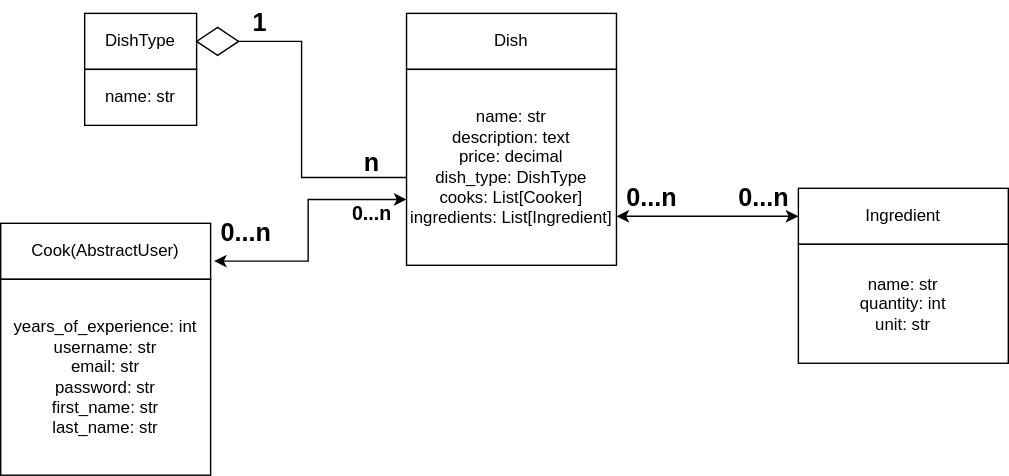
The draw.io diagram DB_Structure.svg in dryzhenko/restaurant_kitchen_service, before a commit. Source tidied: cells renumbered, new cells last; positions are measured from the earlier drawing's top-left corner, leaving out a move shared by most shapes. Its diagram source:
```xml
<mxGraphModel>
  <root>
    <mxCell id="0" />
    <mxCell id="1" parent="0" />
    <mxCell id="2" value="DishType" style="rounded=0;whiteSpace=wrap;html=1;" parent="1" vertex="1">
      <mxGeometry x="60" width="80" height="40" as="geometry" />
    </mxCell>
    <mxCell id="3" value="name: str" style="rounded=0;whiteSpace=wrap;html=1;" parent="1" vertex="1">
      <mxGeometry x="60" y="40" width="80" height="40" as="geometry" />
    </mxCell>
    <mxCell id="4" value="Dish" style="rounded=0;whiteSpace=wrap;html=1;" parent="1" vertex="1">
      <mxGeometry x="290" width="150" height="40" as="geometry" />
    </mxCell>
    <mxCell id="5" value="name: str&lt;br&gt;description: text&lt;br&gt;price: decimal&lt;br&gt;dish_type: DishType&lt;br&gt;cooks: List[Cooker]&lt;br&gt;ingredients: List[Ingredient]" style="rounded=0;whiteSpace=wrap;html=1;" parent="1" vertex="1">
      <mxGeometry x="290" y="40" width="150" height="140" as="geometry" />
    </mxCell>
    <mxCell id="6" value="Cook(AbstractUser)" style="rounded=0;whiteSpace=wrap;html=1;" parent="1" vertex="1">
      <mxGeometry y="150" width="150" height="40" as="geometry" />
    </mxCell>
    <mxCell id="7" value="years_of_experience: int&lt;br&gt;username: str&lt;br&gt;email: str&lt;br&gt;password: str&lt;br&gt;first_name: str&lt;br&gt;last_name: str" style="rounded=0;whiteSpace=wrap;html=1;" parent="1" vertex="1">
      <mxGeometry y="190" width="150" height="140" as="geometry" />
    </mxCell>
    <mxCell id="8" value="Ingredient" style="rounded=0;whiteSpace=wrap;html=1;" parent="1" vertex="1">
      <mxGeometry x="570" y="125" width="150" height="40" as="geometry" />
    </mxCell>
    <mxCell id="9" value="name: str&lt;br&gt;quantity: int&lt;br&gt;unit: str" style="rounded=0;whiteSpace=wrap;html=1;" parent="1" vertex="1">
      <mxGeometry x="570" y="165" width="150" height="85" as="geometry" />
    </mxCell>
    <mxCell id="10" value="&lt;font style=&quot;font-size: 18px;&quot;&gt;n&lt;/font&gt;" style="text;strokeColor=none;fillColor=none;html=1;fontSize=24;fontStyle=1;verticalAlign=middle;align=center;" parent="1" vertex="1">
      <mxGeometry x="240" y="100" width="50" height="10" as="geometry" />
    </mxCell>
    <mxCell id="11" value="&lt;font style=&quot;font-size: 18px;&quot;&gt;1&lt;/font&gt;" style="text;strokeColor=none;fillColor=none;html=1;fontSize=24;fontStyle=1;verticalAlign=middle;align=center;" parent="1" vertex="1">
      <mxGeometry x="170" width="30" height="10" as="geometry" />
    </mxCell>
    <mxCell id="12" style="edgeStyle=elbowEdgeStyle;elbow=horizontal;endArrow=classic;html=1;curved=0;rounded=0;endSize=8;startSize=8;entryX=1;entryY=0.5;entryDx=0;entryDy=0;exitX=-0.002;exitY=0.552;exitDx=0;exitDy=0;exitPerimeter=0;" parent="1" edge="1" source="5" target="2">
      <mxGeometry relative="1" as="geometry" />
    </mxCell>
    <mxCell id="13" style="rhombus;whiteSpace=wrap;html=1;" parent="1" vertex="1">
      <mxGeometry x="140" y="10" width="30" height="20" as="geometry" />
    </mxCell>
    <mxCell id="14" value="&lt;font style=&quot;font-size: 14px;&quot;&gt;0...n&lt;/font&gt;" style="text;strokeColor=none;fillColor=none;html=1;fontSize=24;fontStyle=1;verticalAlign=middle;align=center;" parent="1" vertex="1">
      <mxGeometry x="240" y="135" width="50" height="10" as="geometry" />
    </mxCell>
    <mxCell id="15" value="&lt;font style=&quot;font-size: 18px;&quot;&gt;0...n&lt;/font&gt;" style="text;strokeColor=none;fillColor=none;html=1;fontSize=24;fontStyle=1;verticalAlign=middle;align=center;" parent="1" vertex="1">
      <mxGeometry x="150" y="150" width="50" height="10" as="geometry" />
    </mxCell>
    <mxCell id="16" style="endArrow=classic;startArrow=classic;html=1;rounded=0;entryX=0;entryY=0.664;entryDx=0;entryDy=0;entryPerimeter=0;exitX=1.018;exitY=0.6;exitDx=0;exitDy=0;exitPerimeter=0;" parent="1" edge="1" target="5">
      <mxGeometry relative="1" as="geometry">
        <mxPoint x="152.4" y="177" as="sourcePoint" />
        <Array as="points">
          <mxPoint x="219.7" y="177" />
          <mxPoint x="219.7" y="133" />
        </Array>
      </mxGeometry>
    </mxCell>
    <mxCell id="17" style="endArrow=classic;startArrow=classic;html=1;rounded=0;exitX=1;exitY=0.75;exitDx=0;exitDy=0;entryX=0;entryY=0.5;entryDx=0;entryDy=0;" parent="1" edge="1" source="5" target="8">
      <mxGeometry relative="1" as="geometry" />
    </mxCell>
    <mxCell id="18" value="&lt;font style=&quot;font-size: 18px;&quot;&gt;0...n&lt;/font&gt;" style="text;strokeColor=none;fillColor=none;html=1;fontSize=24;fontStyle=1;verticalAlign=middle;align=center;" parent="1" vertex="1">
      <mxGeometry x="440" y="125" width="50" height="10" as="geometry" />
    </mxCell>
    <mxCell id="19" value="&lt;font style=&quot;font-size: 18px;&quot;&gt;0...n&lt;/font&gt;" style="text;strokeColor=none;fillColor=none;html=1;fontSize=24;fontStyle=1;verticalAlign=middle;align=center;" parent="1" vertex="1">
      <mxGeometry x="520" y="100" width="50" height="60" as="geometry" />
    </mxCell>
  </root>
</mxGraphModel>
```
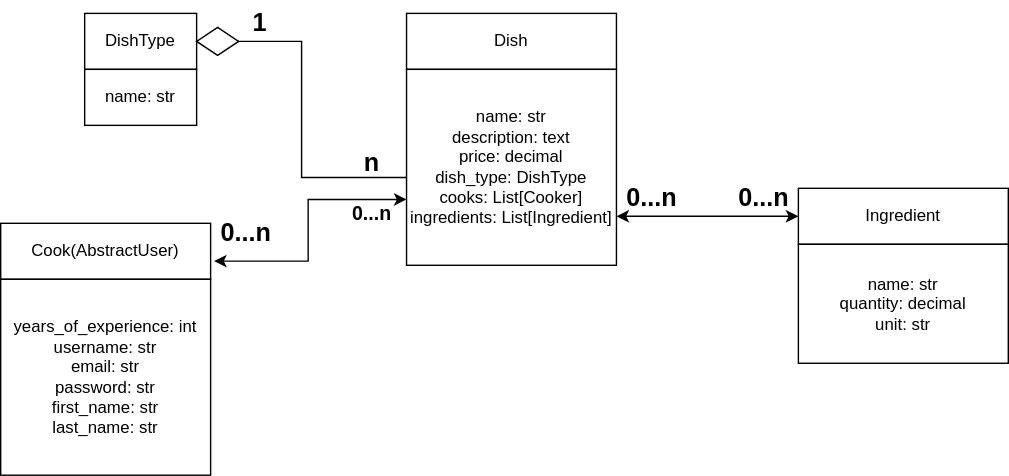
The same file after the commit.

Commit message:
corrected diagram and added models according to this diagram

Diff of the diagram source:
```diff
@@ -23,7 +23,7 @@
     <mxCell id="8" value="Ingredient" style="rounded=0;whiteSpace=wrap;html=1;" parent="1" vertex="1">
       <mxGeometry x="570" y="125" width="150" height="40" as="geometry" />
     </mxCell>
-    <mxCell id="9" value="name: str&lt;br&gt;quantity: int&lt;br&gt;unit: str" style="rounded=0;whiteSpace=wrap;html=1;" parent="1" vertex="1">
+    <mxCell id="9" value="name: str&lt;br&gt;quantity: decimal&lt;br&gt;unit: str" style="rounded=0;whiteSpace=wrap;html=1;" parent="1" vertex="1">
       <mxGeometry x="570" y="165" width="150" height="85" as="geometry" />
     </mxCell>
     <mxCell id="10" value="&lt;font style=&quot;font-size: 18px;&quot;&gt;n&lt;/font&gt;" style="text;strokeColor=none;fillColor=none;html=1;fontSize=24;fontStyle=1;verticalAlign=middle;align=center;" parent="1" vertex="1">
```
